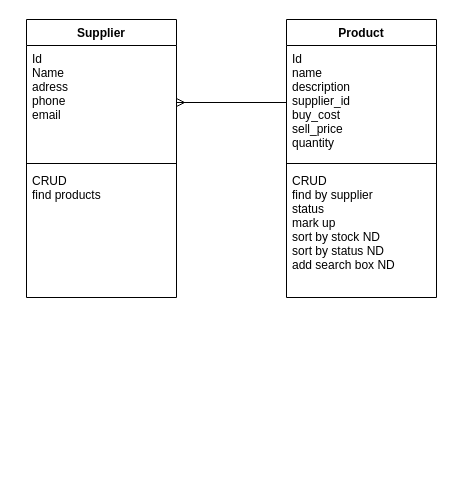
Above: Untitled Diagram.drawio in djghis/flower_shop_project (draw.io), before the change. Source tidied: cells renumbered, new cells numbered last; positions are measured from the earlier drawing's top-left corner, leaving out a move shared by most shapes. Both pictures are drawn from the tidied source at 100%, with x=0, y=0 at pixel (26, 19).
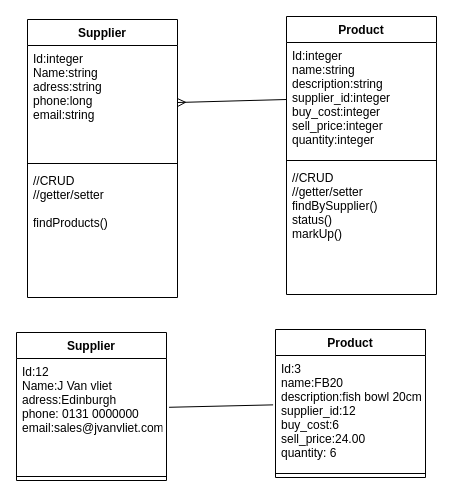
The same diagram, later.

Commit message:
object diagram

The edit, as a diff of the source:
```diff
@@
 <mxGraphModel>
   <root>
     <mxCell id="0" />
     <mxCell id="1" parent="0" />
     <mxCell id="2" value="Product" style="swimlane;fontStyle=1;align=center;verticalAlign=top;horizontal=1;startSize=26;" parent="1" vertex="1">
-      <mxGeometry x="260" width="150" height="278" as="geometry" />
+      <mxGeometry x="260" y="-3" width="150" height="278" as="geometry" />
     </mxCell>
-    <mxCell id="3" value="Id&#10;name&#10;description&#10;supplier_id&#10;buy_cost&#10;sell_price&#10;quantity" style="text;strokeColor=none;fillColor=none;align=left;verticalAlign=top;spacingLeft=4;spacingRight=4;overflow=hidden;points=[[0,0.5],[1,0.5]];portConstraint=eastwest;" parent="2" vertex="1">
+    <mxCell id="3" value="Id:integer&#10;name:string&#10;description:string&#10;supplier_id:integer&#10;buy_cost:integer&#10;sell_price:integer&#10;quantity:integer" style="text;strokeColor=none;fillColor=none;align=left;verticalAlign=top;spacingLeft=4;spacingRight=4;overflow=hidden;points=[[0,0.5],[1,0.5]];portConstraint=eastwest;" parent="2" vertex="1">
       <mxGeometry y="26" width="150" height="114" as="geometry" />
     </mxCell>
     <mxCell id="4" style="line;strokeWidth=1;fillColor=none;align=left;verticalAlign=middle;spacingTop=-1;spacingLeft=3;spacingRight=3;labelPosition=right;" parent="2" vertex="1">
       <mxGeometry y="140" width="150" height="8" as="geometry" />
     </mxCell>
-    <mxCell id="5" value="CRUD&#10;find by supplier&#10;status&#10;mark up&#10;sort by stock ND&#10;sort by status ND&#10;add search box ND" style="text;strokeColor=none;fillColor=none;align=left;verticalAlign=top;spacingLeft=4;spacingRight=4;overflow=hidden;fontColor=#000000;" parent="2" vertex="1">
+    <mxCell id="5" value="//CRUD&#10;//getter/setter&#10;findBySupplier()&#10;status()&#10;markUp()&#10;" style="text;strokeColor=none;fillColor=none;align=left;verticalAlign=top;spacingLeft=4;spacingRight=4;overflow=hidden;fontColor=#000000;" parent="2" vertex="1">
       <mxGeometry y="148" width="150" height="130" as="geometry" />
     </mxCell>
     <mxCell id="6" value="Supplier" style="swimlane;fontStyle=1;align=center;verticalAlign=top;horizontal=1;startSize=26;" parent="1" vertex="1">
-      <mxGeometry width="150" height="278" as="geometry" />
+      <mxGeometry x="1" width="150" height="278" as="geometry" />
     </mxCell>
-    <mxCell id="7" value="Id&#10;Name&#10;adress&#10;phone&#10;email" style="text;strokeColor=none;fillColor=none;align=left;verticalAlign=top;spacingLeft=4;spacingRight=4;overflow=hidden;points=[[0,0.5],[1,0.5]];portConstraint=eastwest;" parent="6" vertex="1">
+    <mxCell id="7" value="Id:integer&#10;Name:string&#10;adress:string&#10;phone:long&#10;email:string" style="text;strokeColor=none;fillColor=none;align=left;verticalAlign=top;spacingLeft=4;spacingRight=4;overflow=hidden;points=[[0,0.5],[1,0.5]];portConstraint=eastwest;" parent="6" vertex="1">
       <mxGeometry y="26" width="150" height="114" as="geometry" />
     </mxCell>
     <mxCell id="8" style="line;strokeWidth=1;fillColor=none;align=left;verticalAlign=middle;spacingTop=-1;spacingLeft=3;spacingRight=3;labelPosition=right;" parent="6" vertex="1">
       <mxGeometry y="140" width="150" height="8" as="geometry" />
     </mxCell>
-    <mxCell id="9" value="CRUD&#10;find products" style="text;strokeColor=none;fillColor=none;align=left;verticalAlign=top;spacingLeft=4;spacingRight=4;overflow=hidden;fontColor=#000000;" parent="6" vertex="1">
+    <mxCell id="9" value="//CRUD&#10;//getter/setter&#10;&#10;findProducts()" style="text;strokeColor=none;fillColor=none;align=left;verticalAlign=top;spacingLeft=4;spacingRight=4;overflow=hidden;fontColor=#000000;" parent="6" vertex="1">
       <mxGeometry y="148" width="150" height="130" as="geometry" />
     </mxCell>
     <mxCell id="10" style="edgeStyle=none;rounded=0;jettySize=auto;html=1;exitX=0;exitY=0.5;exitDx=0;exitDy=0;entryX=1;entryY=0.5;entryDx=0;entryDy=0;startArrow=none;startFill=0;endArrow=ERmany;endFill=0;" parent="1" edge="1" source="3" target="7">
       <mxGeometry relative="1" as="geometry" />
     </mxCell>
+    <mxCell id="11" value="Product" style="swimlane;fontStyle=1;align=center;verticalAlign=top;horizontal=1;startSize=26;" parent="1" vertex="1">
+      <mxGeometry x="249" y="310" width="150" height="148" as="geometry" />
+    </mxCell>
+    <mxCell id="12" value="Id:3&#10;name:FB20&#10;description:fish bowl 20cm&#10;supplier_id:12&#10;buy_cost:6&#10;sell_price:24.00&#10;quantity: 6" style="text;strokeColor=none;fillColor=none;align=left;verticalAlign=top;spacingLeft=4;spacingRight=4;overflow=hidden;points=[[0,0.5],[1,0.5]];portConstraint=eastwest;" parent="11" vertex="1">
+      <mxGeometry y="26" width="150" height="114" as="geometry" />
+    </mxCell>
+    <mxCell id="13" style="line;strokeWidth=1;fillColor=none;align=left;verticalAlign=middle;spacingTop=-1;spacingLeft=3;spacingRight=3;labelPosition=right;" parent="11" vertex="1">
+      <mxGeometry y="140" width="150" height="8" as="geometry" />
+    </mxCell>
+    <mxCell id="14" value="Supplier" style="swimlane;fontStyle=1;align=center;verticalAlign=top;horizontal=1;startSize=26;" parent="1" vertex="1">
+      <mxGeometry x="-10" y="313" width="150" height="148" as="geometry" />
+    </mxCell>
+    <mxCell id="15" value="Id:12&#10;Name:J Van vliet&#10;adress:Edinburgh&#10;phone: 0131 0000000&#10;email:sales@jvanvliet.com" style="text;strokeColor=none;fillColor=none;align=left;verticalAlign=top;spacingLeft=4;spacingRight=4;overflow=hidden;points=[[0,0.5],[1,0.5]];portConstraint=eastwest;" parent="14" vertex="1">
+      <mxGeometry y="26" width="150" height="114" as="geometry" />
+    </mxCell>
+    <mxCell id="16" style="line;strokeWidth=1;fillColor=none;align=left;verticalAlign=middle;spacingTop=-1;spacingLeft=3;spacingRight=3;labelPosition=right;" parent="14" vertex="1">
+      <mxGeometry y="140" width="150" height="8" as="geometry" />
+    </mxCell>
+    <mxCell id="17" style="endArrow=none;html=1;entryX=-0.016;entryY=0.433;entryDx=0;entryDy=0;entryPerimeter=0;exitX=1.017;exitY=0.428;exitDx=0;exitDy=0;exitPerimeter=0;" parent="1" edge="1" source="15" target="12">
+      <mxGeometry relative="1" as="geometry" />
+    </mxCell>
   </root>
 </mxGraphModel>
```
